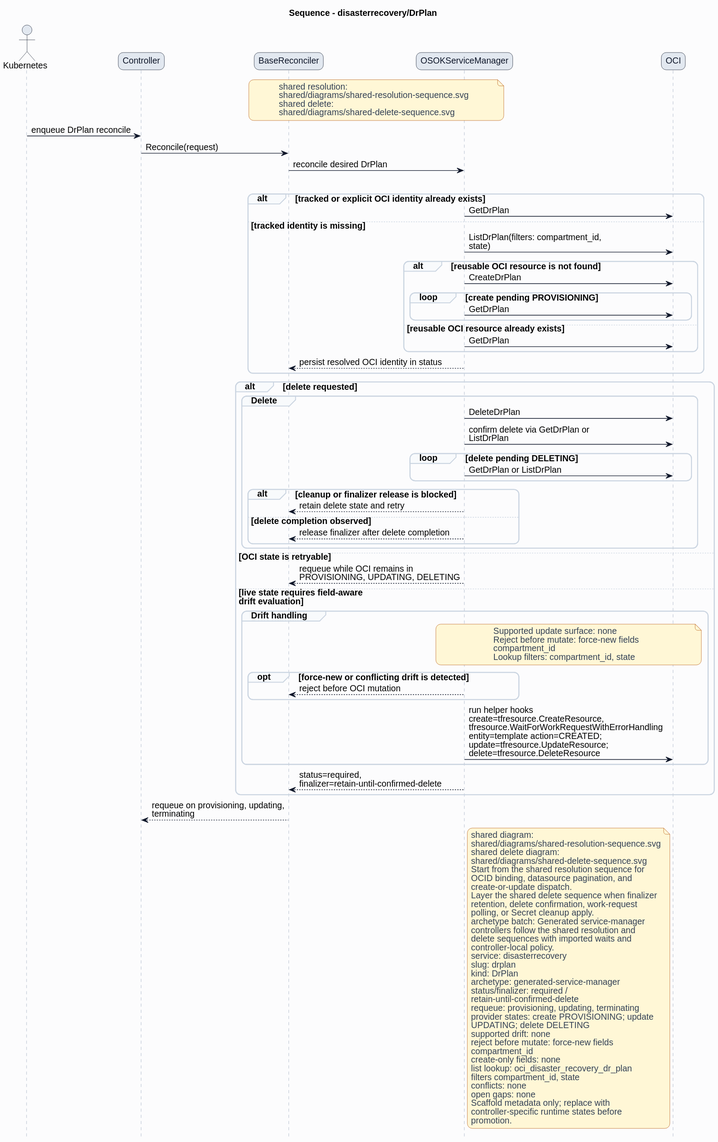
Earlier version of the PlantUML export formal/controllers/disasterrecovery/drplan/diagrams/sequence.svg (HaoyL666/oci-service-operator).
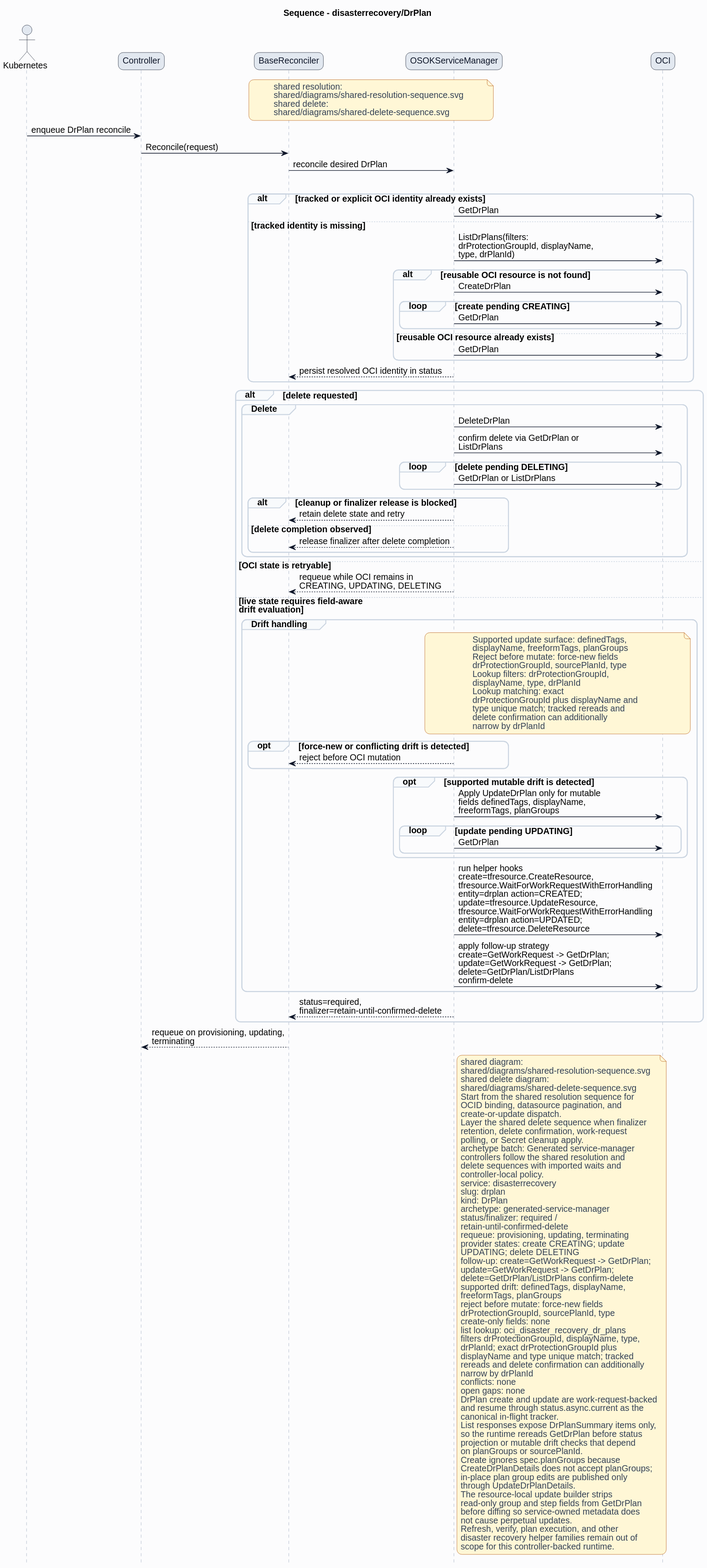
After the change.

Diff of the diagram source:
```diff
@@ -38,10 +38,10 @@
 alt tracked or explicit OCI identity already exists
 ServiceManager -> OCI: GetDrPlan
 else tracked identity is missing
-ServiceManager -> OCI: ListDrPlan(filters: compartment_id,\nstate)
+ServiceManager -> OCI: ListDrPlans(filters:\ndrProtectionGroupId, displayName,\ntype, drPlanId)
 alt reusable OCI resource is not found
 ServiceManager -> OCI: CreateDrPlan
-loop create pending PROVISIONING
+loop create pending CREATING
 ServiceManager -> OCI: GetDrPlan
 end
 else reusable OCI resource already exists
@@ -52,9 +52,9 @@
 alt delete requested
 group Delete
 ServiceManager -> OCI: DeleteDrPlan
-ServiceManager -> OCI: confirm delete via GetDrPlan or\nListDrPlan
+ServiceManager -> OCI: confirm delete via GetDrPlan or\nListDrPlans
 loop delete pending DELETING
-ServiceManager -> OCI: GetDrPlan or ListDrPlan
+ServiceManager -> OCI: GetDrPlan or ListDrPlans
 end
 alt cleanup or finalizer release is blocked
 ServiceManager --> BaseReconciler: retain delete state and retry
@@ -63,19 +63,33 @@
 end
 end
 else OCI state is retryable
-ServiceManager --> BaseReconciler: requeue while OCI remains in\nPROVISIONING, UPDATING, DELETING
+ServiceManager --> BaseReconciler: requeue while OCI remains in\nCREATING, UPDATING, DELETING
 else live state requires field-aware\ndrift evaluation
 group Drift handling
 note over ServiceManager,OCI
-Supported update surface: none
+Supported update surface: definedTags,
+displayName, freeformTags, planGroups
 Reject before mutate: force-new fields
-compartment_id
-Lookup filters: compartment_id, state
+drProtectionGroupId, sourcePlanId, type
+Lookup filters: drProtectionGroupId,
+displayName, type, drPlanId
+Lookup matching: exact
+drProtectionGroupId plus displayName and
+type unique match; tracked rereads and
+delete confirmation can additionally
+narrow by drPlanId
 end note
 opt force-new or conflicting drift is detected
 ServiceManager --> BaseReconciler: reject before OCI mutation
 end
-ServiceManager -> OCI: run helper hooks\ncreate=tfresource.CreateResource,\ntfresource.WaitForWorkRequestWithErrorHandling\nentity=template action=CREATED;\nupdate=tfresource.UpdateResource;\ndelete=tfresource.DeleteResource
+opt supported mutable drift is detected
+ServiceManager -> OCI: Apply UpdateDrPlan only for mutable\nfields definedTags, displayName,\nfreeformTags, planGroups
+loop update pending UPDATING
+ServiceManager -> OCI: GetDrPlan
+end
+end
+ServiceManager -> OCI: run helper hooks\ncreate=tfresource.CreateResource,\ntfresource.WaitForWorkRequestWithErrorHandling\nentity=drplan action=CREATED;\nupdate=tfresource.UpdateResource,\ntfresource.WaitForWorkRequestWithErrorHandling\nentity=drplan action=UPDATED;\ndelete=tfresource.DeleteResource
+ServiceManager -> OCI: apply follow-up strategy\ncreate=GetWorkRequest -> GetDrPlan;\nupdate=GetWorkRequest -> GetDrPlan;\ndelete=GetDrPlan/ListDrPlans\nconfirm-delete
 end
 ServiceManager --> BaseReconciler: status=required,\nfinalizer=retain-until-confirmed-delete
 end
@@ -102,18 +116,41 @@
 status/finalizer: required /
 retain-until-confirmed-delete
 requeue: provisioning, updating, terminating
-provider states: create PROVISIONING; update
+provider states: create CREATING; update
 UPDATING; delete DELETING
-supported drift: none
+follow-up: create=GetWorkRequest -> GetDrPlan;
+update=GetWorkRequest -> GetDrPlan;
+delete=GetDrPlan/ListDrPlans confirm-delete
+supported drift: definedTags, displayName,
+freeformTags, planGroups
 reject before mutate: force-new fields
-compartment_id
+drProtectionGroupId, sourcePlanId, type
 create-only fields: none
-list lookup: oci_disaster_recovery_dr_plan
-filters compartment_id, state
+list lookup: oci_disaster_recovery_dr_plans
+filters drProtectionGroupId, displayName, type,
+drPlanId; exact drProtectionGroupId plus
+displayName and type unique match; tracked
+rereads and delete confirmation can additionally
+narrow by drPlanId
 conflicts: none
 open gaps: none
-Scaffold metadata only; replace with
-controller-specific runtime states before
-promotion.
+DrPlan create and update are work-request-backed
+and resume through status.async.current as the
+canonical in-flight tracker.
+List responses expose DrPlanSummary items only,
+so the runtime rereads GetDrPlan before status
+projection or mutable drift checks that depend
+on planGroups or sourcePlanId.
+Create ignores spec.planGroups because
+CreateDrPlanDetails does not accept planGroups;
+in-place plan group edits are published only
+through UpdateDrPlanDetails.
+The resource-local update builder strips
+read-only group and step fields from GetDrPlan
+before diffing so service-owned metadata does
+not cause perpetual updates.
+Refresh, verify, plan execution, and other
+disaster recovery helper families remain out of
+scope for this controller-backed runtime.
 end note
 @enduml
```
